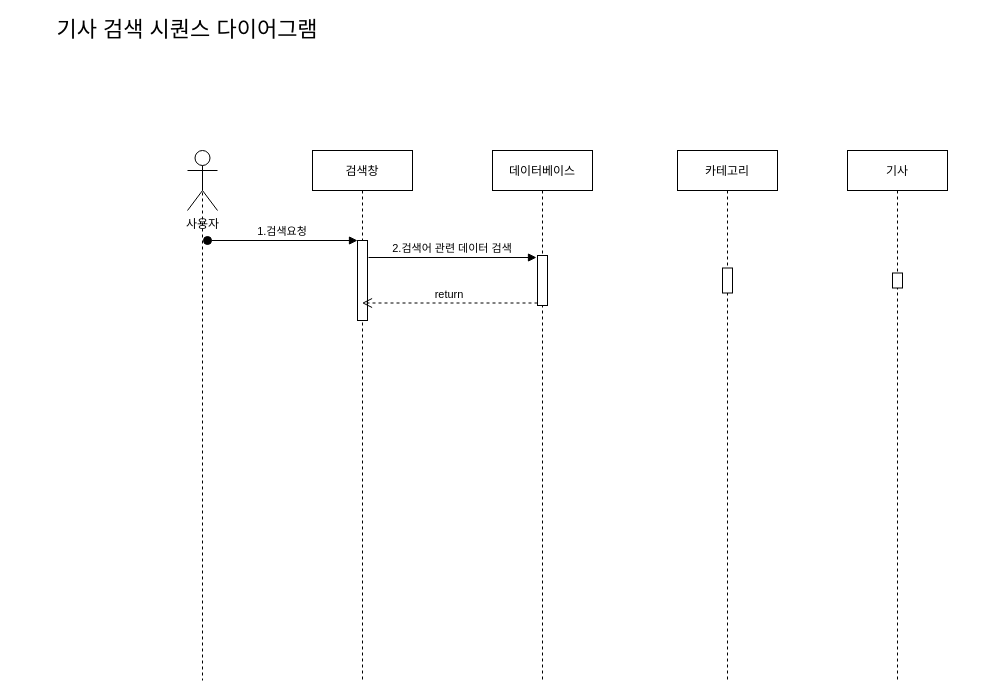
Before: Sequence Diagram.drawio in YHdoc/Merge-of-former-works, a draw.io diagram. Source tidied: cells renumbered, new cells numbered last; positions are measured from the earlier drawing's top-left corner, leaving out a move shared by most shapes. Both pictures are drawn from the tidied source at 100%, with x=0, y=0 at pixel (17, 20).
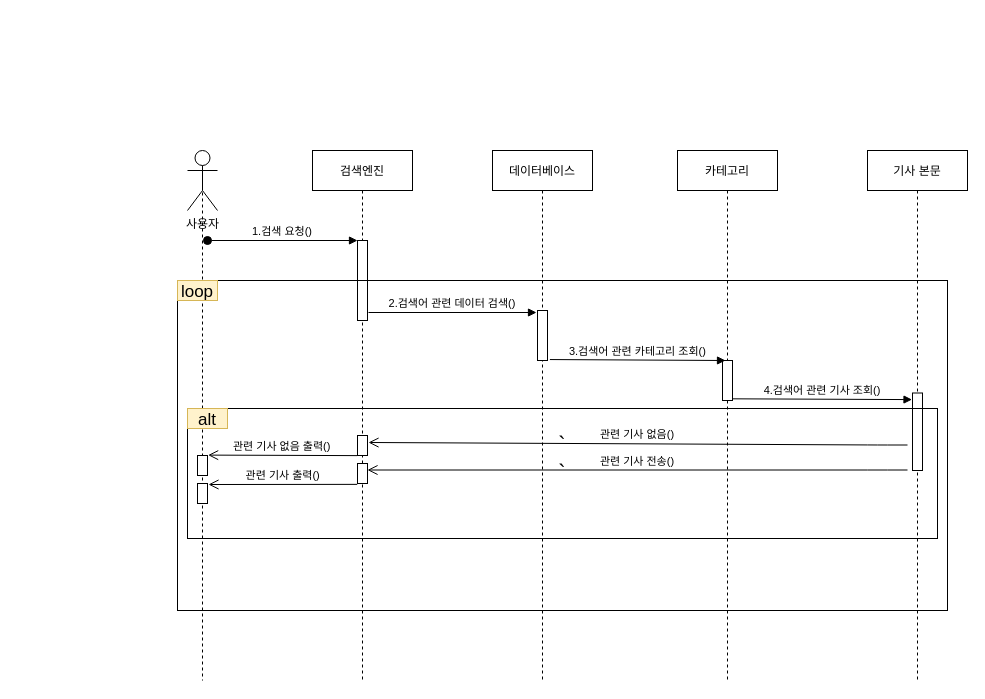
The same diagram, later.

The change refers to these unchanged cells:
```xml
<mxCell id="5" value="데이터베이스" style="shape=umlLifeline;perimeter=lifelinePerimeter;rounded=0;shadow=0;strokeWidth=1;" parent="1" vertex="1">
  <mxGeometry x="475" y="130" width="100" height="530" as="geometry" />
</mxCell>
<mxCell id="11" value="사용자" style="shape=umlActor;verticalLabelPosition=bottom;verticalAlign=top;html=1;outlineConnect=0;" parent="1" vertex="1">
  <mxGeometry x="170" y="130" width="30" height="60" as="geometry" />
</mxCell>
<mxCell id="13" value="카테고리" style="shape=umlLifeline;perimeter=lifelinePerimeter;rounded=0;shadow=0;strokeWidth=1;" parent="1" vertex="1">
  <mxGeometry x="660" y="130" width="100" height="530" as="geometry" />
</mxCell>
```

The edit, as a diff of the source:
```diff
@@
-    <mxCell id="2" value="검색창" style="shape=umlLifeline;perimeter=lifelinePerimeter;rounded=0;shadow=0;strokeWidth=1;" parent="1" vertex="1">
+    <mxCell id="2" value="검색엔진" style="shape=umlLifeline;perimeter=lifelinePerimeter;rounded=0;shadow=0;strokeWidth=1;" parent="1" vertex="1">
       <mxGeometry x="295" y="130" width="100" height="530" as="geometry" />
     </mxCell>
-    <mxCell id="3" value="1.검색요청" style="verticalAlign=bottom;startArrow=oval;endArrow=block;startSize=8;shadow=0;strokeWidth=1;" parent="2" edge="1">
+    <mxCell id="3" value="1.검색 요청()" style="verticalAlign=bottom;startArrow=oval;endArrow=block;startSize=8;shadow=0;strokeWidth=1;" parent="2" edge="1">
       <mxGeometry relative="1" as="geometry">
         <mxPoint x="-105" y="90" as="sourcePoint" />
         <mxPoint x="45" y="90" as="targetPoint" />
       </mxGeometry>
     </mxCell>
@@
     <mxCell id="6" style="points=[];perimeter=orthogonalPerimeter;rounded=0;shadow=0;strokeWidth=1;" parent="5" vertex="1">
-      <mxGeometry x="45" y="105" width="10" height="50" as="geometry" />
+      <mxGeometry x="45" y="160" width="10" height="50" as="geometry" />
     </mxCell>
-    <mxCell id="7" value="return" style="verticalAlign=bottom;endArrow=open;dashed=1;endSize=8;exitX=0;exitY=0.95;shadow=0;strokeWidth=1;" parent="1" edge="1" source="6" target="2">
-      <mxGeometry relative="1" as="geometry" />
+    <mxCell id="7" value="관련 기사 없음()" style="verticalAlign=bottom;endArrow=open;endSize=8;shadow=0;strokeWidth=1;entryX=1.1;entryY=0.35;entryDx=0;entryDy=0;entryPerimeter=0;" parent="1" edge="1" target="19">
+      <mxGeometry relative="1" as="geometry">
+        <mxPoint x="890" y="424.5" as="sourcePoint" />
+        <Array as="points">
+          <mxPoint x="860" y="424.5" />
+        </Array>
+      </mxGeometry>
     </mxCell>
-    <mxCell id="8" value="2.검색어 관련 데이터 검색" style="verticalAlign=bottom;endArrow=block;entryX=-0.1;entryY=0.04;shadow=0;strokeWidth=1;entryDx=0;entryDy=0;entryPerimeter=0;" parent="1" edge="1" target="6">
+    <mxCell id="8" value="2.검색어 관련 데이터 검색()" style="verticalAlign=bottom;endArrow=block;entryX=-0.1;entryY=0.04;shadow=0;strokeWidth=1;entryDx=0;entryDy=0;entryPerimeter=0;" parent="1" edge="1" target="6">
       <mxGeometry relative="1" as="geometry">
-        <mxPoint x="351" y="237" as="sourcePoint" />
+        <mxPoint x="351" y="292" as="sourcePoint" />
       </mxGeometry>
     </mxCell>
-    <mxCell id="9" value="기사 검색 시퀀스 다이어그램" style="text;html=1;strokeColor=none;fillColor=none;align=center;verticalAlign=middle;whiteSpace=wrap;rounded=0;strokeWidth=1;fontSize=22;" parent="1" vertex="1">
-      <mxGeometry width="340" height="20" as="geometry" />
-    </mxCell>
-    <mxCell id="10" style="edgeStyle=orthogonalEdgeStyle;rounded=0;jettySize=auto;html=1;exitX=0.5;exitY=0.5;exitDx=0;exitDy=0;exitPerimeter=0;fontSize=22;endArrow=none;endFill=0;dashed=1;" parent="1" edge="1" source="11">
+    <mxCell id="10" style="edgeStyle=orthogonalEdgeStyle;rounded=0;jettySize=auto;html=1;exitX=0.5;exitY=0.5;exitDx=0;exitDy=0;exitPerimeter=0;fontSize=22;endArrow=none;endFill=0;dashed=1;startArrow=none;" parent="1" edge="1" source="23">
       <mxGeometry relative="1" as="geometry">
         <mxPoint x="185" y="660" as="targetPoint" />
         <Array as="points">
           <mxPoint x="185" y="490" />
         </Array>
       </mxGeometry>
     </mxCell>
@@
     <mxCell id="14" style="points=[];perimeter=orthogonalPerimeter;rounded=0;shadow=0;strokeWidth=1;" parent="13" vertex="1">
-      <mxGeometry x="45" y="117.5" width="10" height="25" as="geometry" />
+      <mxGeometry x="45" y="210" width="10" height="40" as="geometry" />
     </mxCell>
-    <mxCell id="15" value="기사" style="shape=umlLifeline;perimeter=lifelinePerimeter;rounded=0;shadow=0;strokeWidth=1;" parent="1" vertex="1">
-      <mxGeometry x="830" y="130" width="100" height="530" as="geometry" />
+    <mxCell id="15" value="기사 본문" style="shape=umlLifeline;perimeter=lifelinePerimeter;rounded=0;shadow=0;strokeWidth=1;" parent="1" vertex="1">
+      <mxGeometry x="850" y="130" width="100" height="530" as="geometry" />
     </mxCell>
     <mxCell id="16" style="points=[];perimeter=orthogonalPerimeter;rounded=0;shadow=0;strokeWidth=1;" parent="15" vertex="1">
-      <mxGeometry x="45" y="122.5" width="10" height="15" as="geometry" />
+      <mxGeometry x="45" y="242.5" width="10" height="77.5" as="geometry" />
     </mxCell>
+    <mxCell id="17" value="3.검색어 관련 카테고리 조회()" style="verticalAlign=bottom;endArrow=block;entryX=0.3;entryY=0;shadow=0;strokeWidth=1;entryDx=0;entryDy=0;entryPerimeter=0;exitX=1.238;exitY=0.981;exitDx=0;exitDy=0;exitPerimeter=0;" parent="1" edge="1" source="6" target="14">
+      <mxGeometry relative="1" as="geometry" />
+    </mxCell>
+    <mxCell id="18" value="4.검색어 관련 기사 조회()" style="verticalAlign=bottom;endArrow=block;shadow=0;strokeWidth=1;entryX=-0.048;entryY=0.085;entryDx=0;entryDy=0;entryPerimeter=0;exitX=1;exitY=0.958;exitDx=0;exitDy=0;exitPerimeter=0;" parent="1" edge="1" source="14" target="16">
+      <mxGeometry relative="1" as="geometry" />
+    </mxCell>
+    <mxCell id="19" style="points=[];perimeter=orthogonalPerimeter;rounded=0;shadow=0;strokeWidth=1;" parent="1" vertex="1">
+      <mxGeometry x="340" y="415" width="10" height="20" as="geometry" />
+    </mxCell>
+    <mxCell id="20" style="points=[];perimeter=orthogonalPerimeter;rounded=0;shadow=0;strokeWidth=1;" parent="1" vertex="1">
+      <mxGeometry x="340" y="443" width="10" height="20" as="geometry" />
+    </mxCell>
+    <mxCell id="21" value="관련 기사 전송()" style="verticalAlign=bottom;endArrow=open;endSize=8;shadow=0;strokeWidth=1;" parent="1" edge="1" target="20">
+      <mxGeometry relative="1" as="geometry">
+        <mxPoint x="890" y="449.5" as="sourcePoint" />
+        <Array as="points">
+          <mxPoint x="860" y="449.5" />
+        </Array>
+      </mxGeometry>
+    </mxCell>
+    <mxCell id="22" value="`" style="rounded=0;whiteSpace=wrap;html=1;fontSize=22;strokeWidth=1;fillColor=none;" parent="1" vertex="1">
+      <mxGeometry x="160" y="260" width="770" height="330" as="geometry" />
+    </mxCell>
+    <mxCell id="23" style="points=[];perimeter=orthogonalPerimeter;rounded=0;shadow=0;strokeWidth=1;" parent="1" vertex="1">
+      <mxGeometry x="180" y="463" width="10" height="20" as="geometry" />
+    </mxCell>
+    <mxCell id="24" style="edgeStyle=orthogonalEdgeStyle;rounded=0;jettySize=auto;html=1;exitX=0.5;exitY=0.5;exitDx=0;exitDy=0;exitPerimeter=0;fontSize=22;endArrow=none;endFill=0;dashed=1;startArrow=none;" parent="1" edge="1" source="28" target="23">
+      <mxGeometry relative="1" as="geometry">
+        <Array as="points">
+          <mxPoint x="185" y="270" />
+        </Array>
+      </mxGeometry>
+    </mxCell>
+    <mxCell id="25" value="관련 기사 없음 출력()" style="verticalAlign=bottom;endArrow=open;endSize=8;shadow=0;strokeWidth=1;entryX=1.063;entryY=-0.02;entryDx=0;entryDy=0;entryPerimeter=0;exitX=-0.028;exitY=1.006;exitDx=0;exitDy=0;exitPerimeter=0;" parent="1" edge="1" source="19" target="26">
+      <mxGeometry relative="1" as="geometry" />
+    </mxCell>
+    <mxCell id="26" style="points=[];perimeter=orthogonalPerimeter;rounded=0;shadow=0;strokeWidth=1;" parent="1" vertex="1">
+      <mxGeometry x="180" y="435" width="10" height="20" as="geometry" />
+    </mxCell>
+    <mxCell id="27" value="관련 기사 출력()" style="verticalAlign=bottom;endArrow=open;endSize=8;shadow=0;strokeWidth=1;exitX=-0.029;exitY=1.043;exitDx=0;exitDy=0;exitPerimeter=0;" parent="1" edge="1" source="20">
+      <mxGeometry relative="1" as="geometry">
+        <mxPoint x="191" y="464" as="targetPoint" />
+      </mxGeometry>
+    </mxCell>
+    <mxCell id="28" value="&lt;font style=&quot;font-size: 17px&quot;&gt;loop&lt;/font&gt;" style="text;html=1;strokeColor=#d6b656;fillColor=#fff2cc;align=center;verticalAlign=middle;whiteSpace=wrap;rounded=0;fontSize=22;" parent="1" vertex="1">
+      <mxGeometry x="160" y="260" width="40" height="20" as="geometry" />
+    </mxCell>
+    <mxCell id="29" style="edgeStyle=orthogonalEdgeStyle;rounded=0;jettySize=auto;html=1;exitX=0.5;exitY=0.5;exitDx=0;exitDy=0;exitPerimeter=0;fontSize=22;endArrow=none;endFill=0;dashed=1;" parent="1" edge="1" source="11" target="28">
+      <mxGeometry relative="1" as="geometry">
+        <Array as="points">
+          <mxPoint x="185" y="240" />
+          <mxPoint x="185" y="240" />
+        </Array>
+      </mxGeometry>
+    </mxCell>
+    <mxCell id="30" value="`" style="rounded=0;whiteSpace=wrap;html=1;fontSize=22;strokeWidth=1;fillColor=none;" parent="1" vertex="1">
+      <mxGeometry x="170" y="388" width="750" height="130" as="geometry" />
+    </mxCell>
+    <mxCell id="31" value="&lt;span style=&quot;font-size: 17px&quot;&gt;alt&lt;/span&gt;" style="text;html=1;strokeColor=#d6b656;fillColor=#fff2cc;align=center;verticalAlign=middle;whiteSpace=wrap;rounded=0;fontSize=22;" parent="1" vertex="1">
+      <mxGeometry x="170" y="388" width="40" height="20" as="geometry" />
+    </mxCell>
```
